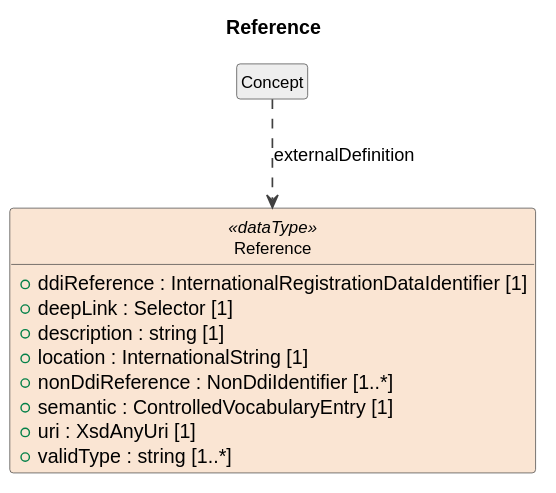
Earlier version of the PlantUML export build/plantuml/cdifDataDescription/DataTypes/Reference.svg (Cross-Domain-Interoperability-Framework/metadataBuildingBlocks).
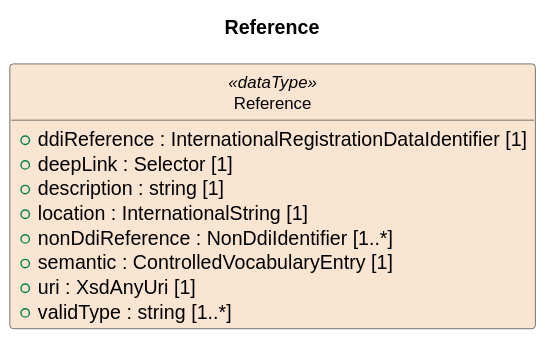
Later version of the same file.

Diff of the diagram source:
```diff
@@ -20,6 +20,4 @@
   +uri : XsdAnyUri [1]
   +validType : string [1..*]
 }
-class "Concept" as Concept #EEEEEE
-Concept ..> Reference : externalDefinition
 @enduml
```
